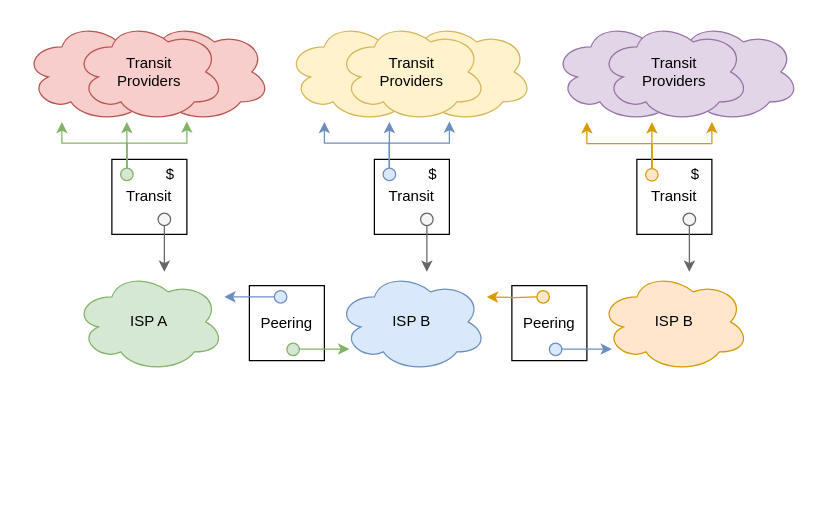
Before: uagc/int301/peering_points.drawio in chongjk88/education, a draw.io diagram. Source tidied: cells renumbered, new cells numbered last; positions are measured from the earlier drawing's top-left corner, leaving out a move shared by most shapes. Both pictures are drawn from the tidied source at 125%, with x=0, y=0 at pixel (24, 21).
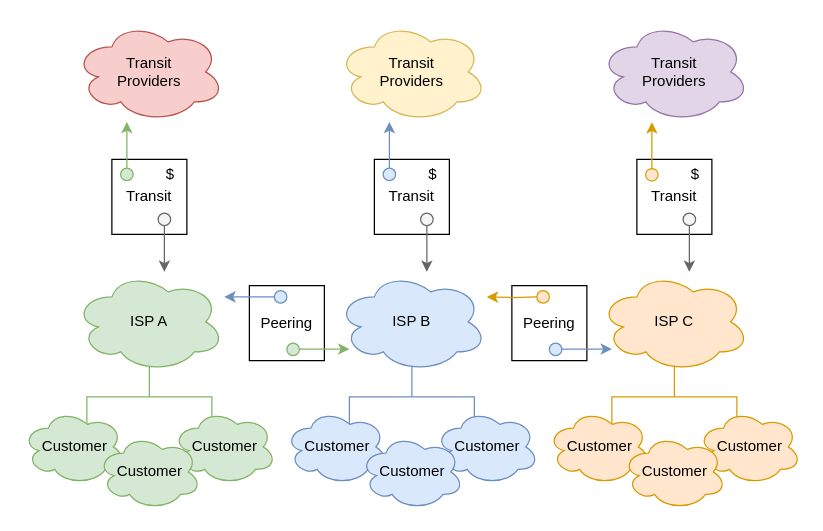
The same page after the edit.

The change refers to these unchanged cells:
```xml
<mxCell id="22" style="ellipse;whiteSpace=wrap;html=1;fillColor=#d5e8d4;strokeColor=#82b366;rotation=90;" parent="1" vertex="1">
  <mxGeometry x="77" y="117" width="10" height="10" as="geometry" />
</mxCell>
<mxCell id="39" style="ellipse;whiteSpace=wrap;html=1;fillColor=#dae8fc;strokeColor=#6c8ebf;rotation=90;" parent="1" vertex="1">
  <mxGeometry x="287" y="117" width="10" height="10" as="geometry" />
</mxCell>
<mxCell id="43" style="ellipse;whiteSpace=wrap;html=1;fillColor=#ffe6cc;strokeColor=#d79b00;rotation=90;" parent="1" vertex="1">
  <mxGeometry x="497" y="117.3" width="10" height="10" as="geometry" />
</mxCell>
```

Diff of the diagram source:
```diff
@@
-    <mxCell id="2" style="ellipse;shape=cloud;whiteSpace=wrap;html=1;fillColor=#e1d5e7;strokeColor=#9673a6;" parent="1" vertex="1">
-      <mxGeometry x="423.2" width="120" height="80" as="geometry" />
-    </mxCell>
-    <mxCell id="3" style="ellipse;shape=cloud;whiteSpace=wrap;html=1;fillColor=#e1d5e7;strokeColor=#9673a6;" parent="1" vertex="1">
-      <mxGeometry x="500.2" width="120" height="80" as="geometry" />
-    </mxCell>
-    <mxCell id="4" style="ellipse;shape=cloud;whiteSpace=wrap;html=1;fillColor=#fff2cc;strokeColor=#d6b656;" parent="1" vertex="1">
-      <mxGeometry x="209.8" width="120" height="80" as="geometry" />
-    </mxCell>
-    <mxCell id="5" style="ellipse;shape=cloud;whiteSpace=wrap;html=1;fillColor=#fff2cc;strokeColor=#d6b656;" parent="1" vertex="1">
-      <mxGeometry x="286.8" width="120" height="80" as="geometry" />
-    </mxCell>
-    <mxCell id="6" style="ellipse;shape=cloud;whiteSpace=wrap;html=1;fillColor=#f8cecc;strokeColor=#b85450;" parent="1" vertex="1">
-      <mxGeometry width="120" height="80" as="geometry" />
-    </mxCell>
-    <mxCell id="7" style="ellipse;shape=cloud;whiteSpace=wrap;html=1;fillColor=#f8cecc;strokeColor=#b85450;" parent="1" vertex="1">
-      <mxGeometry x="77" width="120" height="80" as="geometry" />
-    </mxCell>
+    <mxCell id="48" style="strokeWidth=1;html=1;shape=mxgraph.flowchart.annotation_2;align=left;labelPosition=right;rotation=90;fillColor=#d5e8d4;strokeColor=#82b366;" parent="1" vertex="1">
+      <mxGeometry x="75" y="250" width="50" height="100" as="geometry" />
+    </mxCell>
+    <mxCell id="49" value="Customer" style="ellipse;shape=cloud;whiteSpace=wrap;html=1;strokeWidth=1;fillColor=#d5e8d4;strokeColor=#82b366;" parent="1" vertex="1">
+      <mxGeometry x="118.5" y="310" width="83" height="60" as="geometry" />
+    </mxCell>
@@
-    <mxCell id="21" style="edgeStyle=orthogonalEdgeStyle;rounded=0;jettySize=auto;html=1;exitX=0;exitY=0.5;exitDx=0;exitDy=0;fillColor=#d5e8d4;strokeColor=#82b366;" parent="1" edge="1" source="22" target="7">
-      <mxGeometry relative="1" as="geometry">
-        <Array as="points">
-          <mxPoint x="82" y="97" />
-          <mxPoint x="130" y="97" />
-        </Array>
-      </mxGeometry>
-    </mxCell>
@@
-    <mxCell id="31" value="ISP B" style="ellipse;shape=cloud;whiteSpace=wrap;html=1;fillColor=#ffe6cc;strokeColor=#d79b00;" parent="1" vertex="1">
+    <mxCell id="31" value="ISP C" style="ellipse;shape=cloud;whiteSpace=wrap;html=1;fillColor=#ffe6cc;strokeColor=#d79b00;" parent="1" vertex="1">
       <mxGeometry x="460" y="200" width="120" height="80" as="geometry" />
     </mxCell>
@@
-    <mxCell id="36" style="edgeStyle=orthogonalEdgeStyle;rounded=0;jettySize=auto;html=1;exitX=0;exitY=0.5;exitDx=0;exitDy=0;fillColor=#d5e8d4;strokeColor=#82b366;" parent="1" edge="1" source="22">
-      <mxGeometry relative="1" as="geometry">
-        <mxPoint x="30" y="80" as="targetPoint" />
-        <Array as="points">
-          <mxPoint x="82" y="97" />
-          <mxPoint x="30" y="97" />
-          <mxPoint x="30" y="80" />
-        </Array>
-      </mxGeometry>
-    </mxCell>
@@
-    <mxCell id="38" style="edgeStyle=orthogonalEdgeStyle;rounded=0;jettySize=auto;html=1;exitX=0;exitY=0.5;exitDx=0;exitDy=0;fillColor=#dae8fc;strokeColor=#6c8ebf;" parent="1" edge="1" source="39">
-      <mxGeometry relative="1" as="geometry">
-        <mxPoint x="340" y="79.7" as="targetPoint" />
-        <Array as="points">
-          <mxPoint x="292" y="97" />
-          <mxPoint x="340" y="97" />
-        </Array>
-      </mxGeometry>
-    </mxCell>
@@
-    <mxCell id="40" style="edgeStyle=orthogonalEdgeStyle;rounded=0;jettySize=auto;html=1;exitX=0;exitY=0.5;exitDx=0;exitDy=0;fillColor=#dae8fc;strokeColor=#6c8ebf;" parent="1" edge="1" source="39">
-      <mxGeometry relative="1" as="geometry">
-        <mxPoint x="240" y="80" as="targetPoint" />
-        <Array as="points">
-          <mxPoint x="292" y="97" />
-          <mxPoint x="240" y="97" />
-          <mxPoint x="240" y="80" />
-        </Array>
-      </mxGeometry>
-    </mxCell>
@@
-    <mxCell id="42" style="edgeStyle=orthogonalEdgeStyle;rounded=0;jettySize=auto;html=1;exitX=0;exitY=0.5;exitDx=0;exitDy=0;fillColor=#ffe6cc;strokeColor=#d79b00;" parent="1" edge="1" source="43">
-      <mxGeometry relative="1" as="geometry">
-        <mxPoint x="550" y="80" as="targetPoint" />
-        <Array as="points">
-          <mxPoint x="502" y="97.3" />
-          <mxPoint x="550" y="97.3" />
-        </Array>
-      </mxGeometry>
-    </mxCell>
@@
-    <mxCell id="44" style="edgeStyle=orthogonalEdgeStyle;rounded=0;jettySize=auto;html=1;exitX=0;exitY=0.5;exitDx=0;exitDy=0;fillColor=#ffe6cc;strokeColor=#d79b00;" parent="1" edge="1" source="43">
-      <mxGeometry relative="1" as="geometry">
-        <mxPoint x="450" y="80.3" as="targetPoint" />
-        <Array as="points">
-          <mxPoint x="502" y="97.3" />
-          <mxPoint x="450" y="97.3" />
-          <mxPoint x="450" y="80.3" />
-        </Array>
-      </mxGeometry>
-    </mxCell>
@@
+    <mxCell id="50" value="Customer" style="ellipse;shape=cloud;whiteSpace=wrap;html=1;strokeWidth=1;fillColor=#d5e8d4;strokeColor=#82b366;" parent="1" vertex="1">
+      <mxGeometry x="-1.5" y="310" width="83" height="60" as="geometry" />
+    </mxCell>
+    <mxCell id="51" value="Customer" style="ellipse;shape=cloud;whiteSpace=wrap;html=1;strokeWidth=1;fillColor=#d5e8d4;strokeColor=#82b366;" parent="1" vertex="1">
+      <mxGeometry x="58.5" y="330" width="83" height="60" as="geometry" />
+    </mxCell>
+    <mxCell id="52" style="strokeWidth=1;html=1;shape=mxgraph.flowchart.annotation_2;align=left;labelPosition=right;rotation=90;fillColor=#dae8fc;strokeColor=#6c8ebf;" parent="1" vertex="1">
+      <mxGeometry x="285" y="250" width="50" height="100" as="geometry" />
+    </mxCell>
+    <mxCell id="53" value="Customer" style="ellipse;shape=cloud;whiteSpace=wrap;html=1;strokeWidth=1;fillColor=#dae8fc;strokeColor=#6c8ebf;" parent="1" vertex="1">
+      <mxGeometry x="328.5" y="310" width="83" height="60" as="geometry" />
+    </mxCell>
+    <mxCell id="54" value="Customer" style="ellipse;shape=cloud;whiteSpace=wrap;html=1;strokeWidth=1;fillColor=#dae8fc;strokeColor=#6c8ebf;" parent="1" vertex="1">
+      <mxGeometry x="208.5" y="310" width="83" height="60" as="geometry" />
+    </mxCell>
+    <mxCell id="55" value="Customer" style="ellipse;shape=cloud;whiteSpace=wrap;html=1;strokeWidth=1;fillColor=#dae8fc;strokeColor=#6c8ebf;" parent="1" vertex="1">
+      <mxGeometry x="268.5" y="330" width="83" height="60" as="geometry" />
+    </mxCell>
+    <mxCell id="56" style="strokeWidth=1;html=1;shape=mxgraph.flowchart.annotation_2;align=left;labelPosition=right;rotation=90;fillColor=#ffe6cc;strokeColor=#d79b00;" parent="1" vertex="1">
+      <mxGeometry x="495" y="250" width="50" height="100" as="geometry" />
+    </mxCell>
+    <mxCell id="57" value="Customer" style="ellipse;shape=cloud;whiteSpace=wrap;html=1;strokeWidth=1;fillColor=#ffe6cc;strokeColor=#d79b00;" parent="1" vertex="1">
+      <mxGeometry x="538.5" y="310" width="83" height="60" as="geometry" />
+    </mxCell>
+    <mxCell id="58" value="Customer" style="ellipse;shape=cloud;whiteSpace=wrap;html=1;strokeWidth=1;fillColor=#ffe6cc;strokeColor=#d79b00;" parent="1" vertex="1">
+      <mxGeometry x="418.5" y="310" width="83" height="60" as="geometry" />
+    </mxCell>
+    <mxCell id="59" value="Customer" style="ellipse;shape=cloud;whiteSpace=wrap;html=1;strokeWidth=1;fillColor=#ffe6cc;strokeColor=#d79b00;" parent="1" vertex="1">
+      <mxGeometry x="478.5" y="330" width="83" height="60" as="geometry" />
+    </mxCell>
```
